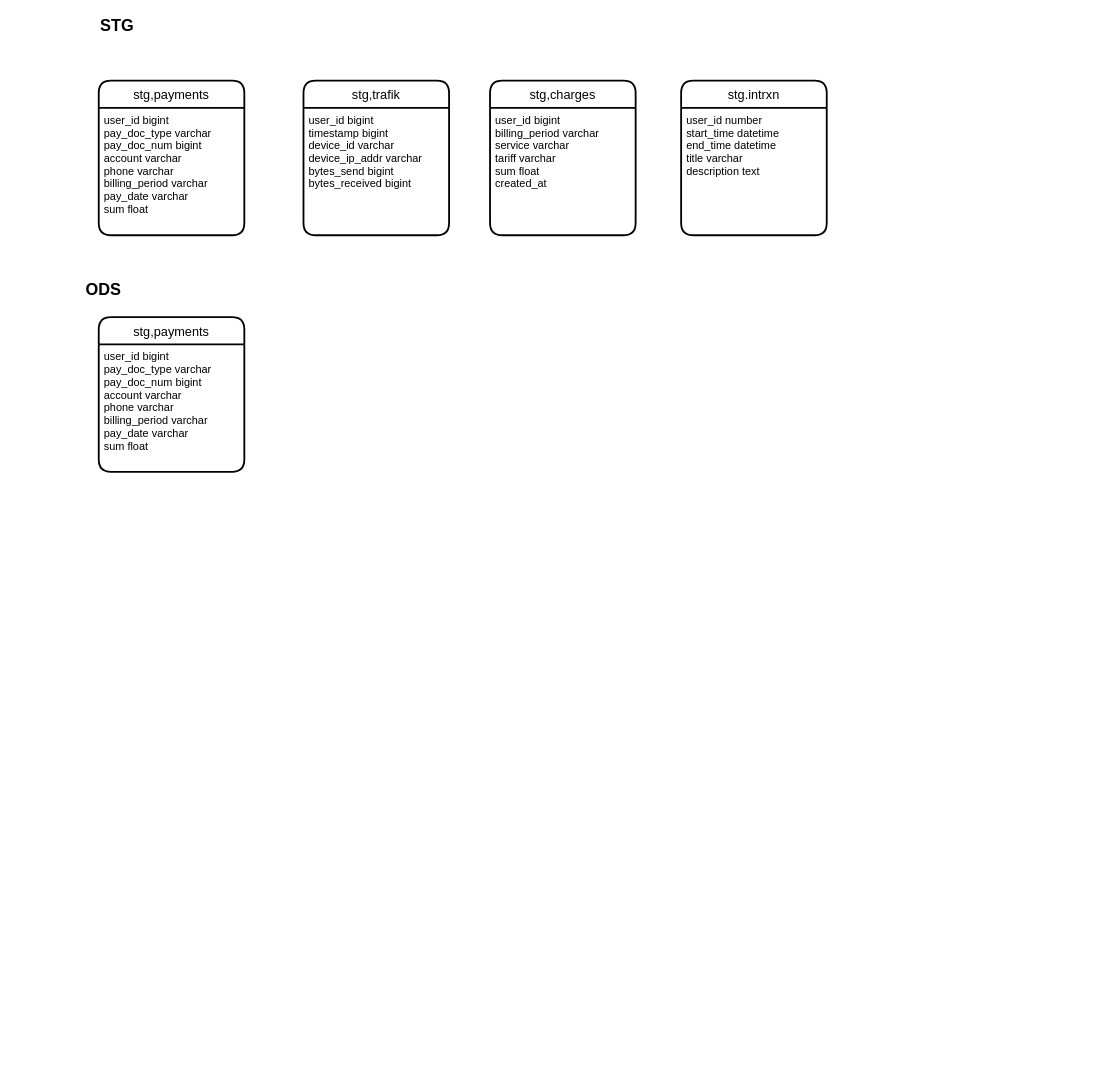
bbongagus/ER_diagrams keeps this draw.io diagram as Untitled Diagram.drawio. Above is the earlier version. Source tidied: cells renumbered, new cells numbered last; positions are measured from the earlier drawing's top-left corner, leaving out a move shared by most shapes. Both pictures are drawn from the tidied source at 91%, with x=0, y=0 at pixel (80, 16).
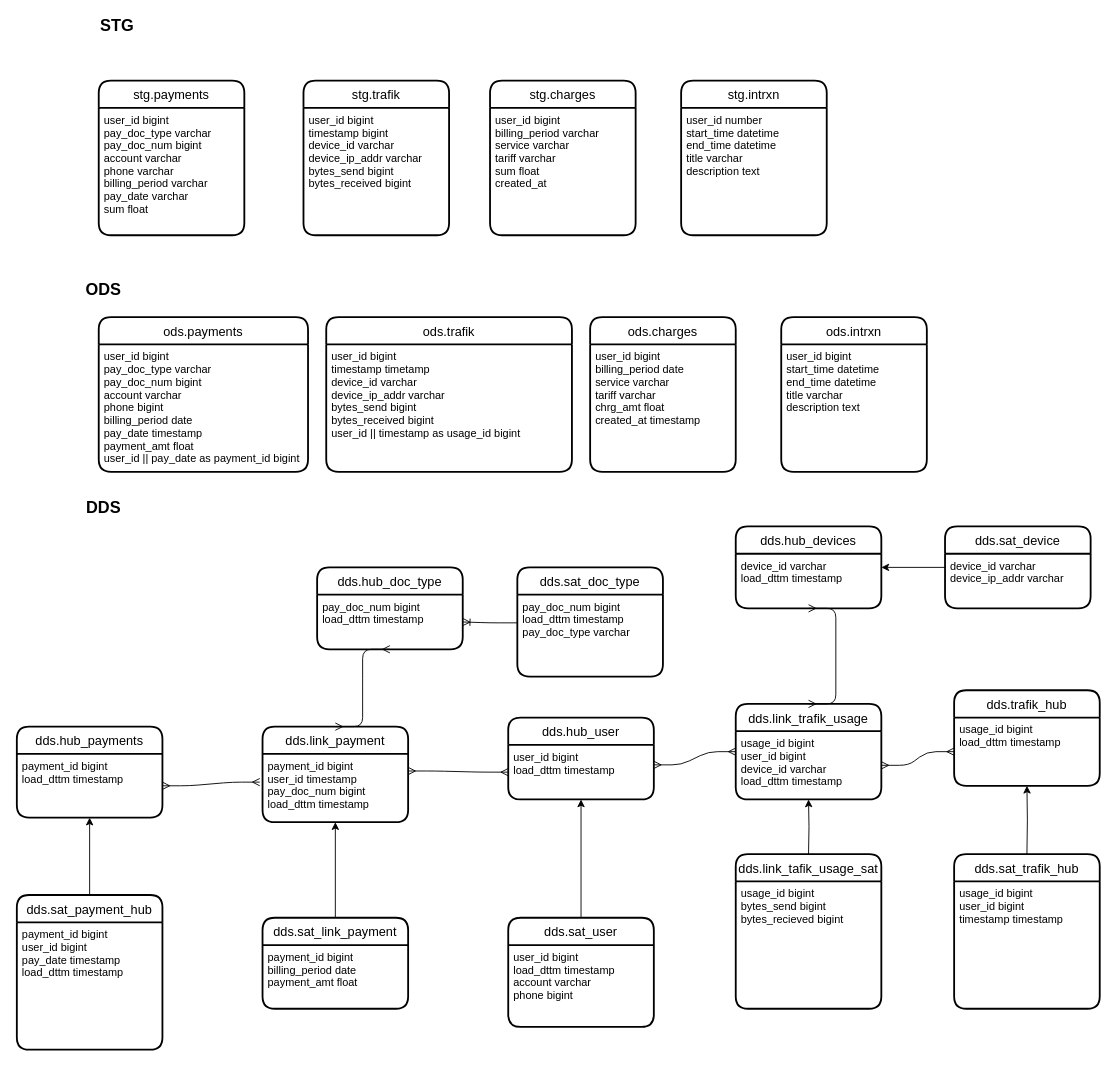
The same page after the edit.

What changed in the source:
```diff
@@
-    <mxCell id="2" value="stg,payments" style="swimlane;horizontal=1;startSize=30;rounded=1;fontSize=14;fontStyle=0;strokeWidth=2;shadow=0;dashed=0;align=center;" parent="1" vertex="1">
+    <mxCell id="2" value="stg.payments" style="swimlane;horizontal=1;startSize=30;rounded=1;fontSize=14;fontStyle=0;strokeWidth=2;shadow=0;dashed=0;align=center;" parent="1" vertex="1">
       <mxGeometry x="20" y="70" width="160" height="170" as="geometry" />
     </mxCell>
@@
-    <mxCell id="4" value="stg,charges" style="swimlane;horizontal=1;startSize=30;rounded=1;fontSize=14;fontStyle=0;strokeWidth=2;shadow=0;dashed=0;align=center;" parent="1" vertex="1">
+    <mxCell id="4" value="stg.charges" style="swimlane;horizontal=1;startSize=30;rounded=1;fontSize=14;fontStyle=0;strokeWidth=2;shadow=0;dashed=0;align=center;" parent="1" vertex="1">
       <mxGeometry x="450" y="70" width="160" height="170" as="geometry" />
     </mxCell>
@@
-    <mxCell id="6" value="stg,trafik" style="swimlane;horizontal=1;startSize=30;rounded=1;fontSize=14;fontStyle=0;strokeWidth=2;shadow=0;dashed=0;align=center;" parent="1" vertex="1">
+    <mxCell id="6" value="stg.trafik" style="swimlane;horizontal=1;startSize=30;rounded=1;fontSize=14;fontStyle=0;strokeWidth=2;shadow=0;dashed=0;align=center;" parent="1" vertex="1">
       <mxGeometry x="245" y="70" width="160" height="170" as="geometry" />
     </mxCell>
@@
-    <mxCell id="12" value="stg,payments" style="swimlane;horizontal=1;startSize=30;rounded=1;fontSize=14;fontStyle=0;strokeWidth=2;shadow=0;dashed=0;align=center;" parent="1" vertex="1">
-      <mxGeometry x="20" y="330" width="160" height="170" as="geometry" />
+    <mxCell id="12" value="ods.payments" style="swimlane;horizontal=1;startSize=30;rounded=1;fontSize=14;fontStyle=0;strokeWidth=2;shadow=0;dashed=0;align=center;" parent="1" vertex="1">
+      <mxGeometry x="20" y="330" width="230" height="170" as="geometry" />
     </mxCell>
-    <mxCell id="13" value="user_id bigint&#10;pay_doc_type varchar&#10;pay_doc_num bigint&#10;account varchar&#10;phone varchar&#10;billing_period varchar&#10;pay_date varchar&#10;sum float&#10;&#10;" style="align=left;strokeColor=none;fillColor=none;spacingLeft=4;fontSize=12;verticalAlign=top;" parent="12" vertex="1">
-      <mxGeometry y="30" width="160" height="140" as="geometry" />
+    <mxCell id="13" value="user_id bigint&#10;pay_doc_type varchar&#10;pay_doc_num bigint&#10;account varchar&#10;phone bigint&#10;billing_period date&#10;pay_date timestamp&#10;payment_amt float&#10;user_id || pay_date as payment_id bigint&#10;&#10;" style="align=left;strokeColor=none;fillColor=none;spacingLeft=4;fontSize=12;verticalAlign=top;" parent="12" vertex="1">
+      <mxGeometry y="30" width="230" height="140" as="geometry" />
     </mxCell>
+    <mxCell id="14" value="ods.trafik" style="swimlane;horizontal=1;startSize=30;rounded=1;fontSize=14;fontStyle=0;strokeWidth=2;shadow=0;dashed=0;align=center;" parent="1" vertex="1">
+      <mxGeometry x="270" y="330" width="270" height="170" as="geometry" />
+    </mxCell>
+    <mxCell id="15" value="user_id bigint&#10;timestamp timetamp&#10;device_id varchar&#10;device_ip_addr varchar&#10;bytes_send bigint&#10;bytes_received bigint&#10;user_id || timestamp as usage_id bigint&#10;" style="align=left;strokeColor=none;fillColor=none;spacingLeft=4;fontSize=12;verticalAlign=top;" parent="14" vertex="1">
+      <mxGeometry y="30" width="270" height="140" as="geometry" />
+    </mxCell>
+    <mxCell id="16" value="ods.charges" style="swimlane;horizontal=1;startSize=30;rounded=1;fontSize=14;fontStyle=0;strokeWidth=2;shadow=0;dashed=0;align=center;" parent="1" vertex="1">
+      <mxGeometry x="560" y="330" width="160" height="170" as="geometry" />
+    </mxCell>
+    <mxCell id="17" value="user_id bigint&#10;billing_period date&#10;service varchar&#10;tariff varchar&#10;chrg_amt float&#10;created_at timestamp" style="align=left;strokeColor=none;fillColor=none;spacingLeft=4;fontSize=12;verticalAlign=top;" parent="16" vertex="1">
+      <mxGeometry y="30" width="160" height="140" as="geometry" />
+    </mxCell>
+    <mxCell id="18" value="ods.intrxn" style="swimlane;horizontal=1;startSize=30;rounded=1;fontSize=14;fontStyle=0;strokeWidth=2;shadow=0;dashed=0;align=center;" parent="1" vertex="1">
+      <mxGeometry x="770" y="330" width="160" height="170" as="geometry" />
+    </mxCell>
+    <mxCell id="19" value="user_id bigint&#10;start_time datetime&#10;end_time datetime&#10;title varchar&#10;description text" style="align=left;strokeColor=none;fillColor=none;spacingLeft=4;fontSize=12;verticalAlign=top;" parent="18" vertex="1">
+      <mxGeometry y="30" width="160" height="140" as="geometry" />
+    </mxCell>
+    <mxCell id="20" value="&lt;span style=&quot;font-size: 18px&quot;&gt;&lt;b&gt;DDS&lt;/b&gt;&lt;/span&gt;" style="text;html=1;align=center;verticalAlign=middle;" parent="1" vertex="1">
+      <mxGeometry y="530" width="50" height="20" as="geometry" />
+    </mxCell>
+    <mxCell id="21" value="dds.hub_payments" style="swimlane;horizontal=1;startSize=30;rounded=1;fontSize=14;fontStyle=0;strokeWidth=2;shadow=0;dashed=0;align=center;" parent="1" vertex="1">
+      <mxGeometry x="-70" y="780" width="160" height="100" as="geometry" />
+    </mxCell>
+    <mxCell id="22" value="payment_id bigint &#10;load_dttm timestamp&#10;" style="align=left;strokeColor=none;fillColor=none;spacingLeft=4;fontSize=12;verticalAlign=top;" parent="21" vertex="1">
+      <mxGeometry y="30" width="160" height="70" as="geometry" />
+    </mxCell>
+    <mxCell id="23" value="dds.hub_user" style="swimlane;horizontal=1;startSize=30;rounded=1;fontSize=14;fontStyle=0;strokeWidth=2;shadow=0;dashed=0;align=center;" parent="1" vertex="1">
+      <mxGeometry x="470" y="770" width="160" height="90" as="geometry" />
+    </mxCell>
+    <mxCell id="24" value="user_id bigint&#10;load_dttm timestamp&#10;" style="align=left;strokeColor=none;fillColor=none;spacingLeft=4;fontSize=12;verticalAlign=top;" parent="23" vertex="1">
+      <mxGeometry y="30" width="160" height="60" as="geometry" />
+    </mxCell>
+    <mxCell id="25" style="edgeStyle=orthogonalEdgeStyle;rounded=0;jettySize=auto;html=1;entryX=0.5;entryY=1;entryDx=0;entryDy=0;" parent="1" edge="1" source="26" target="24">
+      <mxGeometry relative="1" as="geometry" />
+    </mxCell>
+    <mxCell id="26" value="dds.sat_user" style="swimlane;horizontal=1;startSize=30;rounded=1;fontSize=14;fontStyle=0;strokeWidth=2;shadow=0;dashed=0;align=center;" parent="1" vertex="1">
+      <mxGeometry x="470" y="990" width="160" height="120" as="geometry" />
+    </mxCell>
+    <mxCell id="27" value="user_id bigint&#10;load_dttm timestamp&#10;account varchar&#10;phone bigint&#10;&#10;" style="align=left;strokeColor=none;fillColor=none;spacingLeft=4;fontSize=12;verticalAlign=top;fontStyle=0;" parent="26" vertex="1">
+      <mxGeometry y="30" width="160" height="90" as="geometry" />
+    </mxCell>
+    <mxCell id="28" value="dds.hub_doc_type" style="swimlane;horizontal=1;startSize=30;rounded=1;fontSize=14;fontStyle=0;strokeWidth=2;shadow=0;dashed=0;align=center;" parent="1" vertex="1">
+      <mxGeometry x="260" y="605" width="160" height="90" as="geometry" />
+    </mxCell>
+    <mxCell id="29" value="pay_doc_num bigint&#10;load_dttm timestamp" style="align=left;strokeColor=none;fillColor=none;spacingLeft=4;fontSize=12;verticalAlign=top;" parent="28" vertex="1">
+      <mxGeometry y="30" width="160" height="60" as="geometry" />
+    </mxCell>
+    <mxCell id="30" value="dds.sat_doc_type" style="swimlane;horizontal=1;startSize=30;rounded=1;fontSize=14;fontStyle=0;strokeWidth=2;shadow=0;dashed=0;align=center;" parent="1" vertex="1">
+      <mxGeometry x="480" y="605" width="160" height="120" as="geometry" />
+    </mxCell>
+    <mxCell id="31" value="pay_doc_num bigint&#10;load_dttm timestamp &#10;pay_doc_type varchar" style="align=left;strokeColor=none;fillColor=none;spacingLeft=4;fontSize=12;verticalAlign=top;fontStyle=0;" parent="30" vertex="1">
+      <mxGeometry y="30" width="160" height="90" as="geometry" />
+    </mxCell>
+    <mxCell id="32" style="edgeStyle=orthogonalEdgeStyle;rounded=0;jettySize=auto;html=1;exitX=0.5;exitY=0;exitDx=0;exitDy=0;entryX=0.5;entryY=1;entryDx=0;entryDy=0;" parent="1" edge="1" source="33" target="36">
+      <mxGeometry relative="1" as="geometry" />
+    </mxCell>
+    <mxCell id="33" value="dds.sat_link_payment" style="swimlane;horizontal=1;startSize=30;rounded=1;fontSize=14;fontStyle=0;strokeWidth=2;shadow=0;dashed=0;align=center;" parent="1" vertex="1">
+      <mxGeometry x="200" y="990" width="160" height="100" as="geometry" />
+    </mxCell>
+    <mxCell id="34" value="payment_id bigint &#10;billing_period date&#10;payment_amt float&#10;&#10;" style="align=left;strokeColor=none;fillColor=none;spacingLeft=4;fontSize=12;verticalAlign=top;" parent="33" vertex="1">
+      <mxGeometry y="30" width="160" height="70" as="geometry" />
+    </mxCell>
+    <mxCell id="35" value="dds.link_payment" style="swimlane;horizontal=1;startSize=30;rounded=1;fontSize=14;fontStyle=0;strokeWidth=2;shadow=0;dashed=0;align=center;" parent="1" vertex="1">
+      <mxGeometry x="200" y="780" width="160" height="105" as="geometry" />
+    </mxCell>
+    <mxCell id="36" value="payment_id bigint&#10;user_id timestamp&#10;pay_doc_num bigint&#10;load_dttm timestamp&#10;" style="align=left;strokeColor=none;fillColor=none;spacingLeft=4;fontSize=12;verticalAlign=top;" parent="35" vertex="1">
+      <mxGeometry y="30" width="160" height="75" as="geometry" />
+    </mxCell>
+    <mxCell id="37" style="edgeStyle=entityRelationEdgeStyle;fontSize=12;html=1;endArrow=ERmany;startArrow=ERmany;entryX=0;entryY=0.5;entryDx=0;entryDy=0;exitX=1;exitY=0.25;exitDx=0;exitDy=0;" parent="1" edge="1" source="36" target="24">
+      <mxGeometry relative="1" as="geometry" />
+    </mxCell>
+    <mxCell id="38" style="edgeStyle=entityRelationEdgeStyle;fontSize=12;html=1;endArrow=ERmany;startArrow=ERmany;entryX=0.5;entryY=1;entryDx=0;entryDy=0;exitX=0.5;exitY=0;exitDx=0;exitDy=0;" parent="1" edge="1" source="35" target="29">
+      <mxGeometry relative="1" as="geometry" />
+    </mxCell>
+    <mxCell id="39" style="edgeStyle=entityRelationEdgeStyle;fontSize=12;html=1;endArrow=ERoneToMany;entryX=1;entryY=0.5;entryDx=0;entryDy=0;exitX=0;exitY=0.344;exitDx=0;exitDy=0;exitPerimeter=0;" parent="1" edge="1" source="31" target="29">
+      <mxGeometry relative="1" as="geometry" />
+    </mxCell>
+    <mxCell id="40" style="edgeStyle=entityRelationEdgeStyle;fontSize=12;html=1;endArrow=ERmany;startArrow=ERmany;entryX=-0.019;entryY=0.413;entryDx=0;entryDy=0;entryPerimeter=0;" parent="1" edge="1" source="22" target="36">
+      <mxGeometry relative="1" as="geometry" />
+    </mxCell>
+    <mxCell id="41" value="dds.link_trafik_usage" style="swimlane;horizontal=1;startSize=30;rounded=1;fontSize=14;fontStyle=0;strokeWidth=2;shadow=0;dashed=0;align=center;" parent="1" vertex="1">
+      <mxGeometry x="720" y="755" width="160" height="105" as="geometry" />
+    </mxCell>
+    <mxCell id="42" value="usage_id bigint&#10;user_id bigint&#10;device_id varchar&#10;load_dttm timestamp" style="align=left;strokeColor=none;fillColor=none;spacingLeft=4;fontSize=12;verticalAlign=top;" parent="41" vertex="1">
+      <mxGeometry y="30" width="160" height="75" as="geometry" />
+    </mxCell>
+    <mxCell id="43" value="dds.trafik_hub" style="swimlane;horizontal=1;startSize=30;rounded=1;fontSize=14;fontStyle=0;strokeWidth=2;shadow=0;dashed=0;align=center;" parent="1" vertex="1">
+      <mxGeometry x="960" y="740" width="160" height="105" as="geometry" />
+    </mxCell>
+    <mxCell id="44" value="usage_id bigint&#10;load_dttm timestamp" style="align=left;strokeColor=none;fillColor=none;spacingLeft=4;fontSize=12;verticalAlign=top;" parent="43" vertex="1">
+      <mxGeometry y="30" width="160" height="75" as="geometry" />
+    </mxCell>
+    <mxCell id="45" style="edgeStyle=entityRelationEdgeStyle;fontSize=12;html=1;endArrow=ERmany;startArrow=ERmany;entryX=1;entryY=0.367;entryDx=0;entryDy=0;entryPerimeter=0;exitX=0;exitY=0.5;exitDx=0;exitDy=0;" parent="1" edge="1" source="41" target="24">
+      <mxGeometry relative="1" as="geometry" />
+    </mxCell>
+    <mxCell id="46" style="edgeStyle=orthogonalEdgeStyle;rounded=0;jettySize=auto;html=1;entryX=0.5;entryY=1;entryDx=0;entryDy=0;" parent="1" edge="1" source="47" target="22">
+      <mxGeometry relative="1" as="geometry" />
+    </mxCell>
+    <mxCell id="47" value="dds.sat_payment_hub" style="swimlane;horizontal=1;startSize=30;rounded=1;fontSize=14;fontStyle=0;strokeWidth=2;shadow=0;dashed=0;align=center;" parent="1" vertex="1">
+      <mxGeometry x="-70" y="965" width="160" height="170" as="geometry" />
+    </mxCell>
+    <mxCell id="48" value="payment_id bigint &#10;user_id bigint&#10;pay_date timestamp&#10;load_dttm timestamp" style="align=left;strokeColor=none;fillColor=none;spacingLeft=4;fontSize=12;verticalAlign=top;" parent="47" vertex="1">
+      <mxGeometry y="30" width="160" height="140" as="geometry" />
+    </mxCell>
+    <mxCell id="49" value="dds.sat_trafik_hub" style="swimlane;horizontal=1;startSize=30;rounded=1;fontSize=14;fontStyle=0;strokeWidth=2;shadow=0;dashed=0;align=center;" parent="1" vertex="1">
+      <mxGeometry x="960" y="920" width="160" height="170" as="geometry" />
+    </mxCell>
+    <mxCell id="50" value="usage_id bigint &#10;user_id bigint&#10;timestamp timestamp&#10;" style="align=left;strokeColor=none;fillColor=none;spacingLeft=4;fontSize=12;verticalAlign=top;" parent="49" vertex="1">
+      <mxGeometry y="30" width="160" height="140" as="geometry" />
+    </mxCell>
+    <mxCell id="51" style="edgeStyle=orthogonalEdgeStyle;rounded=0;jettySize=auto;html=1;entryX=0.5;entryY=1;entryDx=0;entryDy=0;" parent="1" edge="1" target="44">
+      <mxGeometry relative="1" as="geometry">
+        <mxPoint x="1040" y="920" as="sourcePoint" />
+      </mxGeometry>
+    </mxCell>
+    <mxCell id="52" style="edgeStyle=entityRelationEdgeStyle;fontSize=12;html=1;endArrow=ERmany;startArrow=ERmany;entryX=1;entryY=0.5;entryDx=0;entryDy=0;exitX=0;exitY=0.5;exitDx=0;exitDy=0;" parent="1" edge="1" source="44" target="42">
+      <mxGeometry relative="1" as="geometry" />
+    </mxCell>
+    <mxCell id="53" value="dds.link_tafik_usage_sat" style="swimlane;horizontal=1;startSize=30;rounded=1;fontSize=14;fontStyle=0;strokeWidth=2;shadow=0;dashed=0;align=center;" parent="1" vertex="1">
+      <mxGeometry x="720" y="920" width="160" height="170" as="geometry" />
+    </mxCell>
+    <mxCell id="54" value="usage_id bigint &#10;bytes_send bigint&#10;bytes_recieved bigint&#10;" style="align=left;strokeColor=none;fillColor=none;spacingLeft=4;fontSize=12;verticalAlign=top;" parent="53" vertex="1">
+      <mxGeometry y="30" width="160" height="140" as="geometry" />
+    </mxCell>
+    <mxCell id="55" style="edgeStyle=orthogonalEdgeStyle;rounded=0;jettySize=auto;html=1;entryX=0.5;entryY=1;entryDx=0;entryDy=0;" parent="1" edge="1" target="42">
+      <mxGeometry relative="1" as="geometry">
+        <mxPoint x="800" y="920" as="sourcePoint" />
+      </mxGeometry>
+    </mxCell>
+    <mxCell id="56" value="dds.hub_devices" style="swimlane;horizontal=1;startSize=30;rounded=1;fontSize=14;fontStyle=0;strokeWidth=2;shadow=0;dashed=0;align=center;" parent="1" vertex="1">
+      <mxGeometry x="720" y="560" width="160" height="90" as="geometry" />
+    </mxCell>
+    <mxCell id="57" value="device_id varchar&#10;load_dttm timestamp" style="align=left;strokeColor=none;fillColor=none;spacingLeft=4;fontSize=12;verticalAlign=top;" parent="56" vertex="1">
+      <mxGeometry y="30" width="160" height="60" as="geometry" />
+    </mxCell>
+    <mxCell id="58" style="edgeStyle=orthogonalEdgeStyle;rounded=0;jettySize=auto;html=1;entryX=1;entryY=0.25;entryDx=0;entryDy=0;" parent="1" edge="1" source="59" target="57">
+      <mxGeometry relative="1" as="geometry" />
+    </mxCell>
+    <mxCell id="59" value="dds.sat_device" style="swimlane;horizontal=1;startSize=30;rounded=1;fontSize=14;fontStyle=0;strokeWidth=2;shadow=0;dashed=0;align=center;" parent="1" vertex="1">
+      <mxGeometry x="950" y="560" width="160" height="90" as="geometry" />
+    </mxCell>
+    <mxCell id="60" value="device_id varchar&#10;device_ip_addr varchar" style="align=left;strokeColor=none;fillColor=none;spacingLeft=4;fontSize=12;verticalAlign=top;" parent="59" vertex="1">
+      <mxGeometry y="30" width="160" height="60" as="geometry" />
+    </mxCell>
+    <mxCell id="61" style="edgeStyle=entityRelationEdgeStyle;fontSize=12;html=1;endArrow=ERmany;startArrow=ERmany;entryX=0.5;entryY=1;entryDx=0;entryDy=0;exitX=0.5;exitY=0;exitDx=0;exitDy=0;" parent="1" edge="1" source="41" target="57">
+      <mxGeometry relative="1" as="geometry" />
+    </mxCell>
```
